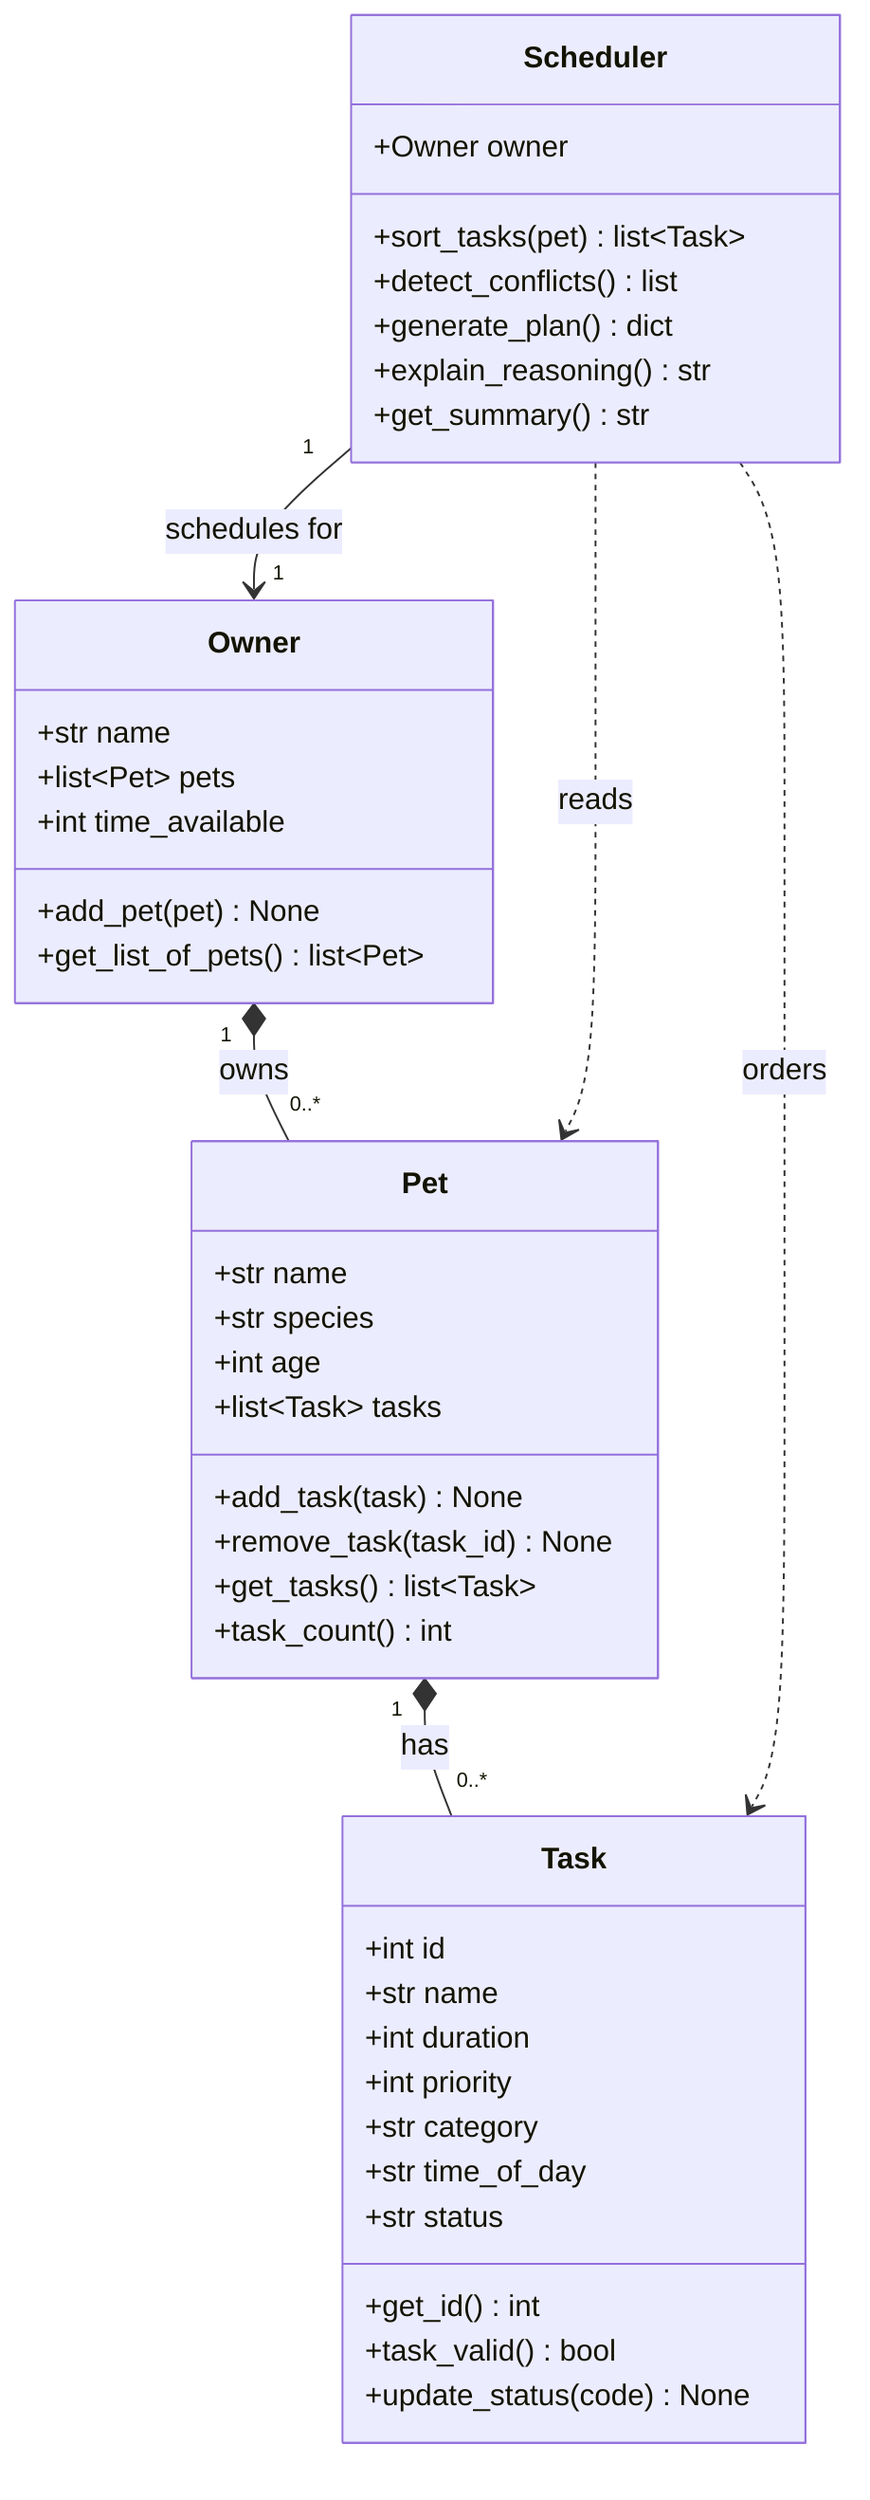
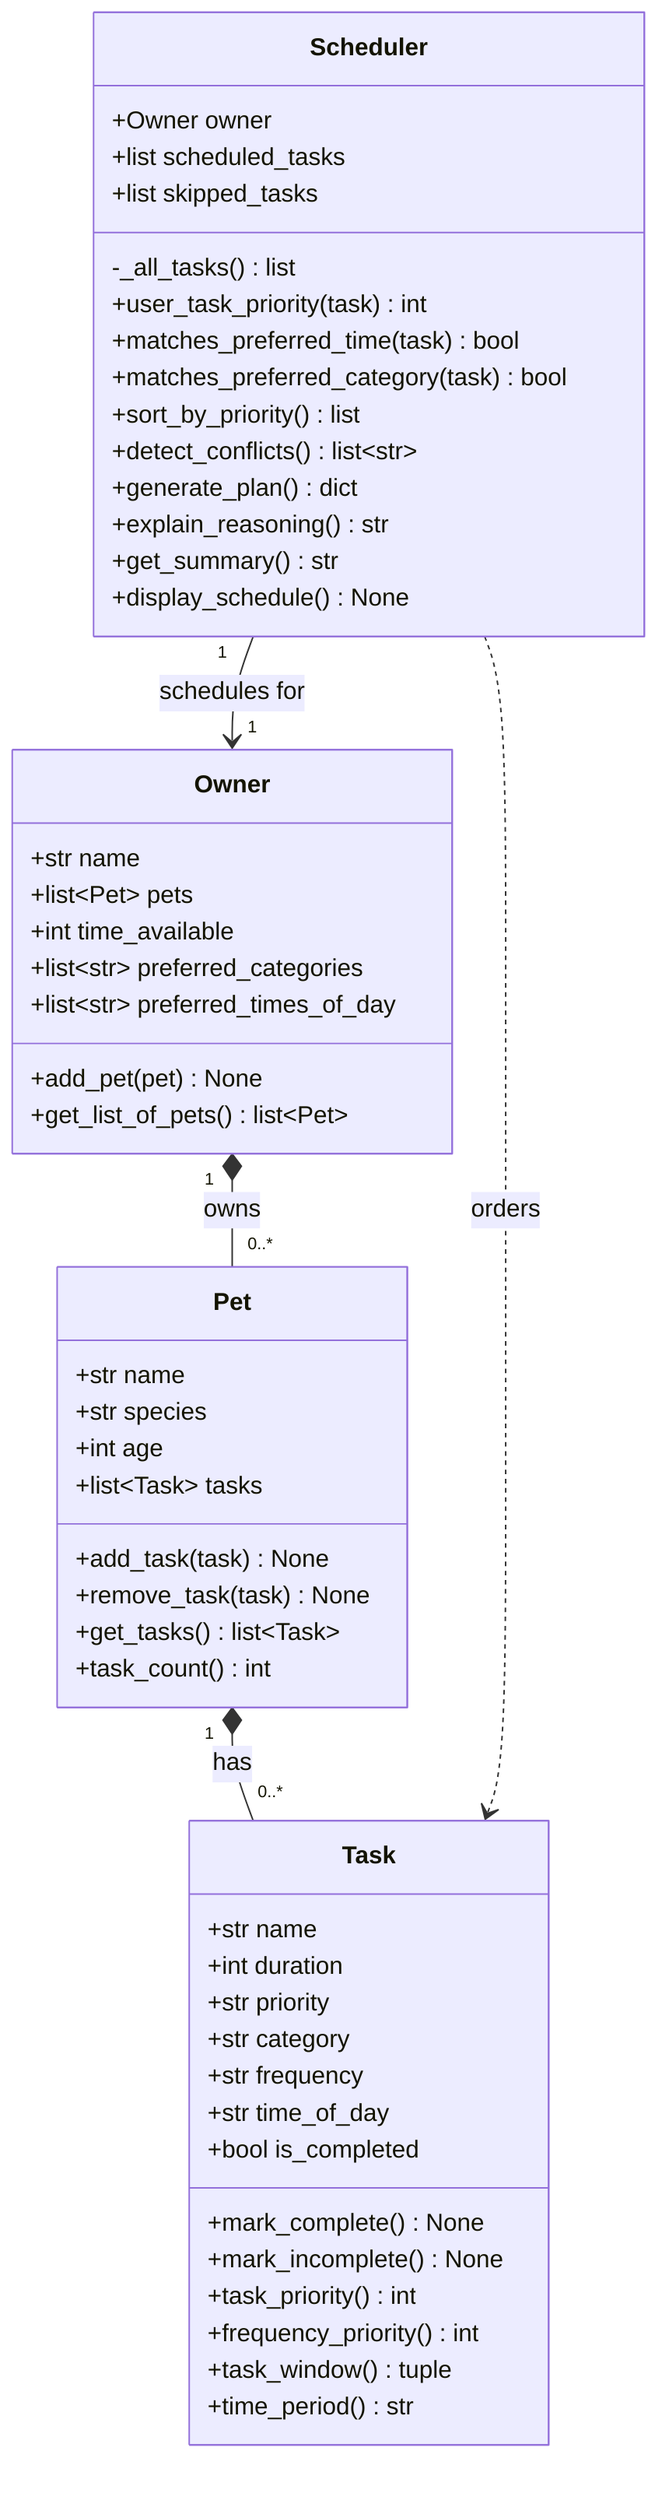
classDiagram
    %% PawPal+ class diagram — based on the brainstorm in reflection.md.
    %% Keep this file updated so it matches your final implementation.
+     %% Task.time_of_day is an "HH:MM" string (e.g. "08:30"), or "" for flexible/any time.
+     %% Task.priority is "high" / "medium" / "low"; task_priority() maps it to
+     %% 1 / 2 / 3 via Task.PRIORITY_VALUES (1 = highest, 3 = lowest).
+     %% Task.frequency is "daily" / "weekly" / "as_needed"; frequency_priority() maps
+     %% it to 1 / 2 / 3 via Task.FREQUENCY_VALUES (1 = most urgent, 3 = least).
+     %% time_period() classifies time_of_day by its absolute minute-distance from
+     %% noon (12:00) into morning/afternoon/evening/night via Task.TIME_OF_DAY_RANGES;
+     %% returns "none" (and task_window() returns None) for a flexible/any-time task.
+     %% Scheduler holds only an Owner (no direct Pet reference) and builds one combined
+     %% schedule from _all_tasks() across every pet in owner.get_list_of_pets().
+     %% scheduled_tasks / skipped_tasks / sort_by_priority() all use (Pet, Task) tuples
+     %% so a task's owning pet is always available without a separate lookup.
+     %% Scheduler.user_task_priority(task) = task.task_priority() + task.frequency_priority();
+     %% lower combined score = scheduled sooner. sort_by_priority() breaks ties (equal
+     %% user_task_priority) first by matches_preferred_time(), then by matches_preferred_category().

-     class Owner {
+     class Task {
        +str name
-         +list~Pet~ pets
-         +int time_available
-         +add_pet(pet) None
-         +get_list_of_pets() list~Pet~
+         +int duration
+         +str priority
+         +str category
+         +str frequency
+         +str time_of_day
+         +bool is_completed
+         +mark_complete() None
+         +mark_incomplete() None
+         +task_priority() int
+         +frequency_priority() int
+         +task_window() tuple
+         +time_period() str
    }

    class Pet {
        +str name
        +str species
        +int age
        +list~Task~ tasks
        +add_task(task) None
-         +remove_task(task_id) None
+         +remove_task(task) None
        +get_tasks() list~Task~
        +task_count() int
    }

-     class Task {
-         +int id
+     class Owner {
        +str name
-         +int duration
-         +int priority
-         +str category
-         +str time_of_day
-         +str status
-         +get_id() int
-         +task_valid() bool
-         +update_status(code) None
+         +list~Pet~ pets
+         +int time_available
+         +list~str~ preferred_categories
+         +list~str~ preferred_times_of_day
+         +add_pet(pet) None
+         +get_list_of_pets() list~Pet~
    }

    class Scheduler {
        +Owner owner
-         +sort_tasks(pet) list~Task~
-         +detect_conflicts() list
+         +list scheduled_tasks
+         +list skipped_tasks
+         -_all_tasks() list
+         +user_task_priority(task) int
+         +matches_preferred_time(task) bool
+         +matches_preferred_category(task) bool
+         +sort_by_priority() list
+         +detect_conflicts() list~str~
        +generate_plan() dict
        +explain_reasoning() str
        +get_summary() str
+         +display_schedule() None
    }

    Owner "1" *-- "0..*" Pet : owns
    Pet "1" *-- "0..*" Task : has
    Scheduler "1" --> "1" Owner : schedules for
-     Scheduler ..> Pet : reads
    Scheduler ..> Task : orders
